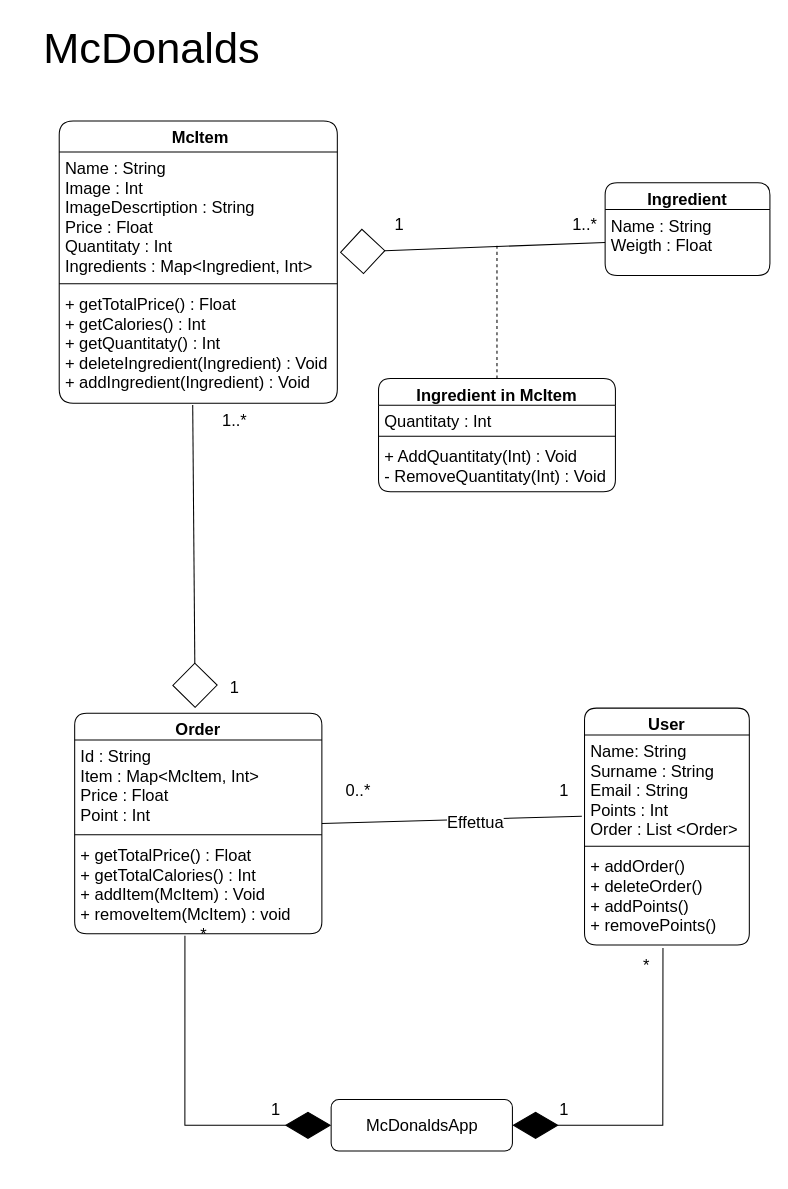
Before: page "Diagramma Delle Classi" (1 of 2) of McDonalds.drawio in AlexTesta00/McDonaldsApp, a draw.io diagram. Source tidied: cells renumbered, new cells numbered last; positions are measured from the earlier drawing's top-left corner, leaving out a move shared by most shapes. Both pictures are drawn from the tidied source at 103%, with x=0, y=0 at pixel (18, 18).
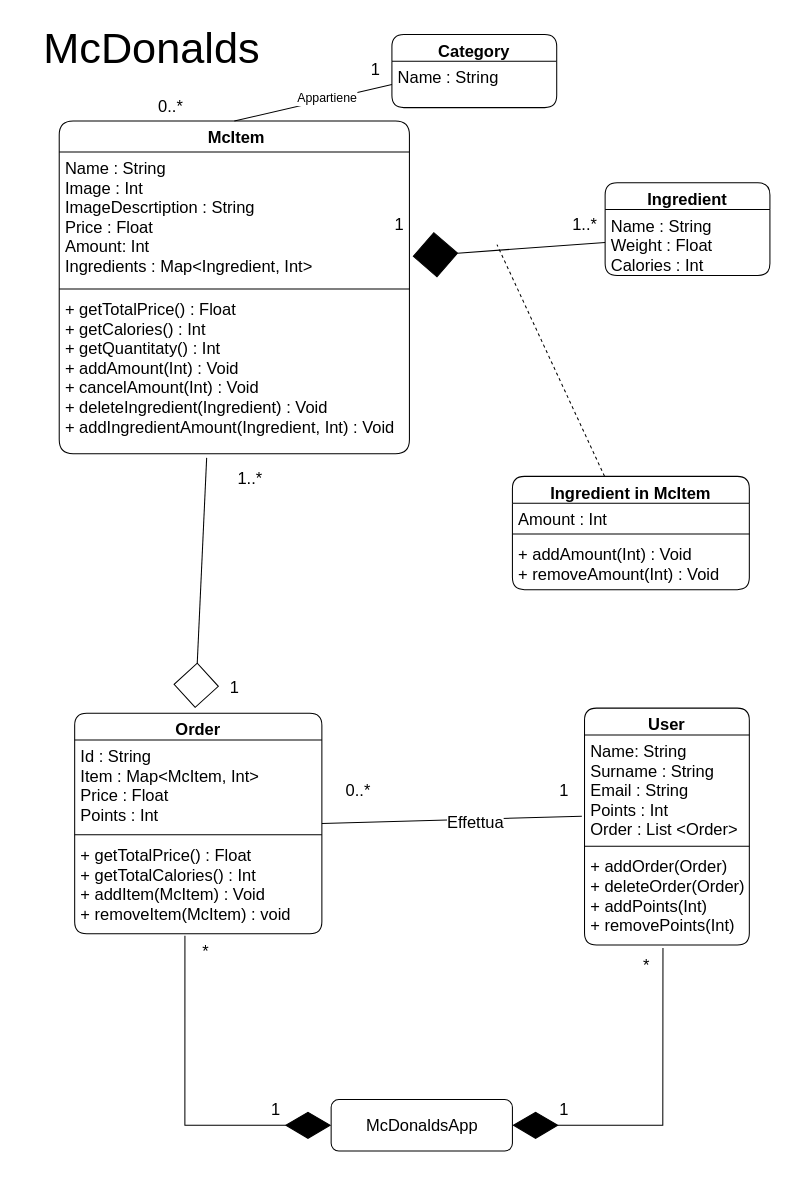
The same diagram, later.

The change refers to these unchanged cells:
```xml
<mxCell id="7" value="Ingredient" style="swimlane;fontStyle=1;align=center;verticalAlign=top;horizontal=1;startSize=26;rounded=1;labelBackgroundColor=none;labelBorderColor=none;fontSize=16;fillColor=#FFFFFF;" parent="1" vertex="1">
  <mxGeometry x="570" y="160" width="160" height="90" as="geometry" />
</mxCell>
<mxCell id="9" value="User" style="swimlane;fontStyle=1;align=center;verticalAlign=top;horizontal=1;startSize=26;rounded=1;labelBackgroundColor=none;labelBorderColor=none;fontSize=16;fillColor=#FFFFFF;" parent="1" vertex="1">
  <mxGeometry x="550" y="670" width="160" height="230" as="geometry" />
</mxCell>
<mxCell id="23" value="Order" style="swimlane;fontStyle=1;align=center;verticalAlign=top;horizontal=1;startSize=26;rounded=1;labelBackgroundColor=none;labelBorderColor=none;fontSize=16;fillColor=#FFFFFF;" parent="1" vertex="1">
  <mxGeometry x="55" y="675" width="240" height="214" as="geometry" />
</mxCell>
```

The edit, as a diff of the source:
```diff
@@
     <mxCell id="3" value=" McItem" style="swimlane;fontStyle=1;align=center;verticalAlign=top;horizontal=1;startSize=30;rounded=1;labelBackgroundColor=none;labelBorderColor=none;fontSize=16;fillColor=#FFFFFF;" parent="1" vertex="1">
-      <mxGeometry x="40" y="100" width="270" height="274" as="geometry" />
+      <mxGeometry x="40" y="100" width="340" height="323" as="geometry" />
     </mxCell>
-    <mxCell id="4" value="Name : String&#10;Image : Int&#10;ImageDescrtiption : String&#10;Price : Float&#10;Quantitaty : Int&#10;Ingredients : Map&lt;Ingredient, Int&gt;&#10;&#10;" style="text;strokeColor=none;fillColor=none;align=left;verticalAlign=top;spacingLeft=4;spacingRight=4;overflow=hidden;points=[[0,0.5],[1,0.5]];portConstraint=eastwest;rounded=1;labelBackgroundColor=none;labelBorderColor=none;fontSize=16;" parent="3" vertex="1">
-      <mxGeometry y="30" width="270" height="124" as="geometry" />
+    <mxCell id="4" value="Name : String&#10;Image : Int&#10;ImageDescrtiption : String&#10;Price : Float&#10;Amount: Int&#10;Ingredients : Map&lt;Ingredient, Int&gt;&#10;&#10;" style="text;strokeColor=none;fillColor=none;align=left;verticalAlign=top;spacingLeft=4;spacingRight=4;overflow=hidden;points=[[0,0.5],[1,0.5]];portConstraint=eastwest;rounded=1;labelBackgroundColor=none;labelBorderColor=none;fontSize=16;" parent="3" vertex="1">
+      <mxGeometry y="30" width="340" height="129" as="geometry" />
     </mxCell>
     <mxCell id="5" style="line;strokeWidth=1;fillColor=none;align=left;verticalAlign=middle;spacingTop=-1;spacingLeft=3;spacingRight=3;labelPosition=right;rounded=1;labelBackgroundColor=none;labelBorderColor=none;fontSize=16;" parent="3" vertex="1">
-      <mxGeometry y="154" width="270" height="8" as="geometry" />
+      <mxGeometry y="159" width="340" height="8" as="geometry" />
     </mxCell>
-    <mxCell id="6" value="+ getTotalPrice() : Float&#10;+ getCalories() : Int&#10;+ getQuantitaty() : Int&#10;+ deleteIngredient(Ingredient) : Void&#10;+ addIngredient(Ingredient) : Void&#10;&#10;" style="text;strokeColor=none;fillColor=none;align=left;verticalAlign=top;spacingLeft=4;spacingRight=4;overflow=hidden;points=[[0,0.5],[1,0.5]];portConstraint=eastwest;rounded=1;labelBackgroundColor=none;labelBorderColor=none;fontSize=16;" parent="3" vertex="1">
-      <mxGeometry y="162" width="270" height="112" as="geometry" />
+    <mxCell id="6" value="+ getTotalPrice() : Float&#10;+ getCalories() : Int&#10;+ getQuantitaty() : Int&#10;+ addAmount(Int) : Void&#10;+ cancelAmount(Int) : Void&#10;+ deleteIngredient(Ingredient) : Void&#10;+ addIngredientAmount(Ingredient, Int) : Void&#10;&#10;" style="text;strokeColor=none;fillColor=none;align=left;verticalAlign=top;spacingLeft=4;spacingRight=4;overflow=hidden;points=[[0,0.5],[1,0.5]];portConstraint=eastwest;rounded=1;labelBackgroundColor=none;labelBorderColor=none;fontSize=16;" parent="3" vertex="1">
+      <mxGeometry y="167" width="340" height="156" as="geometry" />
     </mxCell>
@@
-    <mxCell id="8" value="Name : String&#10;Weigth : Float&#10;" style="text;strokeColor=none;fillColor=none;align=left;verticalAlign=top;spacingLeft=4;spacingRight=4;overflow=hidden;points=[[0,0.5],[1,0.5]];portConstraint=eastwest;rounded=1;labelBackgroundColor=none;labelBorderColor=none;fontSize=16;" parent="7" vertex="1">
+    <mxCell id="8" value="Name : String&#10;Weight : Float&#10;Calories : Int" style="text;strokeColor=none;fillColor=none;align=left;verticalAlign=top;spacingLeft=4;spacingRight=4;overflow=hidden;points=[[0,0.5],[1,0.5]];portConstraint=eastwest;rounded=1;labelBackgroundColor=none;labelBorderColor=none;fontSize=16;" parent="7" vertex="1">
       <mxGeometry y="26" width="160" height="64" as="geometry" />
     </mxCell>
@@
-    <mxCell id="12" value="+ addOrder()&#10;+ deleteOrder()&#10;+ addPoints()&#10;+ removePoints()&#10;" style="text;strokeColor=none;fillColor=none;align=left;verticalAlign=top;spacingLeft=4;spacingRight=4;overflow=hidden;points=[[0,0.5],[1,0.5]];portConstraint=eastwest;rounded=1;labelBackgroundColor=none;labelBorderColor=none;fontSize=16;" parent="9" vertex="1">
+    <mxCell id="12" value="+ addOrder(Order)&#10;+ deleteOrder(Order)&#10;+ addPoints(Int)&#10;+ removePoints(Int)&#10;" style="text;strokeColor=none;fillColor=none;align=left;verticalAlign=top;spacingLeft=4;spacingRight=4;overflow=hidden;points=[[0,0.5],[1,0.5]];portConstraint=eastwest;rounded=1;labelBackgroundColor=none;labelBorderColor=none;fontSize=16;" parent="9" vertex="1">
       <mxGeometry y="138" width="160" height="92" as="geometry" />
     </mxCell>
-    <mxCell id="13" style="rounded=0;jettySize=auto;html=1;exitX=0;exitY=0.5;exitDx=0;exitDy=0;entryX=1.009;entryY=0.786;entryDx=0;entryDy=0;entryPerimeter=0;fontSize=16;endArrow=diamond;endFill=0;endSize=42;" parent="1" edge="1" source="8" target="4">
+    <mxCell id="13" style="rounded=0;jettySize=auto;html=1;exitX=0;exitY=0.5;exitDx=0;exitDy=0;entryX=1.009;entryY=0.786;entryDx=0;entryDy=0;entryPerimeter=0;fontSize=16;endArrow=diamond;endFill=1;endSize=42;" parent="1" edge="1" source="8" target="4">
       <mxGeometry relative="1" as="geometry" />
     </mxCell>
@@
     <mxCell id="17" value="Ingredient in McItem" style="swimlane;fontStyle=1;align=center;verticalAlign=top;horizontal=1;startSize=26;rounded=1;labelBackgroundColor=none;labelBorderColor=none;fontSize=16;fillColor=#FFFFFF;" parent="1" vertex="1">
-      <mxGeometry x="350" y="350" width="230" height="110" as="geometry" />
+      <mxGeometry x="480" y="445" width="230" height="110" as="geometry" />
     </mxCell>
-    <mxCell id="18" value="Quantitaty : Int" style="text;strokeColor=none;fillColor=none;align=left;verticalAlign=top;spacingLeft=4;spacingRight=4;overflow=hidden;rounded=1;labelBackgroundColor=none;labelBorderColor=none;fontSize=16;" parent="17" vertex="1">
+    <mxCell id="18" value="Amount : Int" style="text;strokeColor=none;fillColor=none;align=left;verticalAlign=top;spacingLeft=4;spacingRight=4;overflow=hidden;rounded=1;labelBackgroundColor=none;labelBorderColor=none;fontSize=16;" parent="17" vertex="1">
       <mxGeometry y="26" width="230" height="26" as="geometry" />
     </mxCell>
@@
-    <mxCell id="20" value="+ AddQuantitaty(Int) : Void&#10;- RemoveQuantitaty(Int) : Void" style="text;strokeColor=none;fillColor=none;align=left;verticalAlign=top;spacingLeft=4;spacingRight=4;overflow=hidden;rounded=1;labelBackgroundColor=none;labelBorderColor=none;fontSize=16;" parent="17" vertex="1">
+    <mxCell id="20" value="+ addAmount(Int) : Void&#10;+ removeAmount(Int) : Void" style="text;strokeColor=none;fillColor=none;align=left;verticalAlign=top;spacingLeft=4;spacingRight=4;overflow=hidden;rounded=1;labelBackgroundColor=none;labelBorderColor=none;fontSize=16;" parent="17" vertex="1">
       <mxGeometry y="60" width="230" height="50" as="geometry" />
     </mxCell>
@@
-    <mxCell id="24" value="Id : String&#10;Item : Map&lt;McItem, Int&gt;&#10;Price : Float&#10;Point : Int" style="text;strokeColor=none;fillColor=none;align=left;verticalAlign=top;spacingLeft=4;spacingRight=4;overflow=hidden;rounded=1;labelBackgroundColor=none;labelBorderColor=none;fontSize=16;" parent="23" vertex="1">
+    <mxCell id="24" value="Id : String&#10;Item : Map&lt;McItem, Int&gt;&#10;Price : Float&#10;Points : Int" style="text;strokeColor=none;fillColor=none;align=left;verticalAlign=top;spacingLeft=4;spacingRight=4;overflow=hidden;rounded=1;labelBackgroundColor=none;labelBorderColor=none;fontSize=16;" parent="23" vertex="1">
       <mxGeometry y="26" width="240" height="88" as="geometry" />
     </mxCell>
@@
-    <mxCell id="27" style="rounded=0;jettySize=auto;html=1;exitX=0.48;exitY=1.016;exitDx=0;exitDy=0;fontSize=16;endArrow=diamond;endFill=0;endSize=42;exitPerimeter=0;" parent="1" edge="1" source="6">
+    <mxCell id="27" style="rounded=0;jettySize=auto;html=1;exitX=0.421;exitY=1.026;exitDx=0;exitDy=0;fontSize=16;endArrow=diamond;endFill=0;endSize=42;exitPerimeter=0;" parent="1" edge="1" source="6">
       <mxGeometry relative="1" as="geometry">
         <mxPoint x="172" y="670" as="targetPoint" />
       </mxGeometry>
     </mxCell>
@@
     <mxCell id="29" value="1..*" style="text;html=1;align=center;verticalAlign=middle;strokeColor=none;fillColor=none;fontSize=16;" parent="1" vertex="1">
-      <mxGeometry x="190" y="381" width="40" height="20" as="geometry" />
+      <mxGeometry x="205" y="437" width="40" height="20" as="geometry" />
     </mxCell>
@@
     <mxCell id="36" value="*" style="text;html=1;align=center;verticalAlign=middle;strokeColor=none;fillColor=none;fontSize=16;" parent="1" vertex="1">
-      <mxGeometry x="170" y="880" width="20" height="20" as="geometry" />
+      <mxGeometry x="172" y="896" width="20" height="20" as="geometry" />
     </mxCell>
@@
+    <mxCell id="39" value="Category" style="swimlane;fontStyle=1;align=center;verticalAlign=top;horizontal=1;startSize=26;rounded=1;labelBackgroundColor=none;labelBorderColor=none;fontSize=16;fillColor=#FFFFFF;" parent="1" vertex="1">
+      <mxGeometry x="363" y="16" width="160" height="71" as="geometry" />
+    </mxCell>
+    <mxCell id="40" value="Name : String&#10;" style="text;strokeColor=none;fillColor=none;align=left;verticalAlign=top;spacingLeft=4;spacingRight=4;overflow=hidden;points=[[0,0.5],[1,0.5]];portConstraint=eastwest;rounded=1;labelBackgroundColor=none;labelBorderColor=none;fontSize=16;" parent="39" vertex="1">
+      <mxGeometry y="26" width="160" height="45" as="geometry" />
+    </mxCell>
+    <mxCell id="41" style="edgeStyle=none;rounded=0;jettySize=auto;html=1;exitX=0;exitY=0.5;exitDx=0;exitDy=0;entryX=0.5;entryY=0;entryDx=0;entryDy=0;fontSize=12;endArrow=none;endFill=0;" parent="1" edge="1" source="40" target="3">
+      <mxGeometry relative="1" as="geometry" />
+    </mxCell>
+    <mxCell id="42" value="Appartiene" style="edgeLabel;html=1;align=center;verticalAlign=middle;fontSize=12;" parent="41" vertex="1">
+      <mxGeometry x="-0.17" y="-2" relative="1" as="geometry" />
+    </mxCell>
+    <mxCell id="43" value="1" style="text;html=1;align=center;verticalAlign=middle;strokeColor=none;fillColor=none;fontSize=16;" parent="1" vertex="1">
+      <mxGeometry x="337" y="40" width="20" height="20" as="geometry" />
+    </mxCell>
+    <mxCell id="44" value="0..*" style="text;html=1;align=center;verticalAlign=middle;strokeColor=none;fillColor=none;fontSize=16;" parent="1" vertex="1">
+      <mxGeometry x="131" y="74" width="34" height="23" as="geometry" />
+    </mxCell>
```
